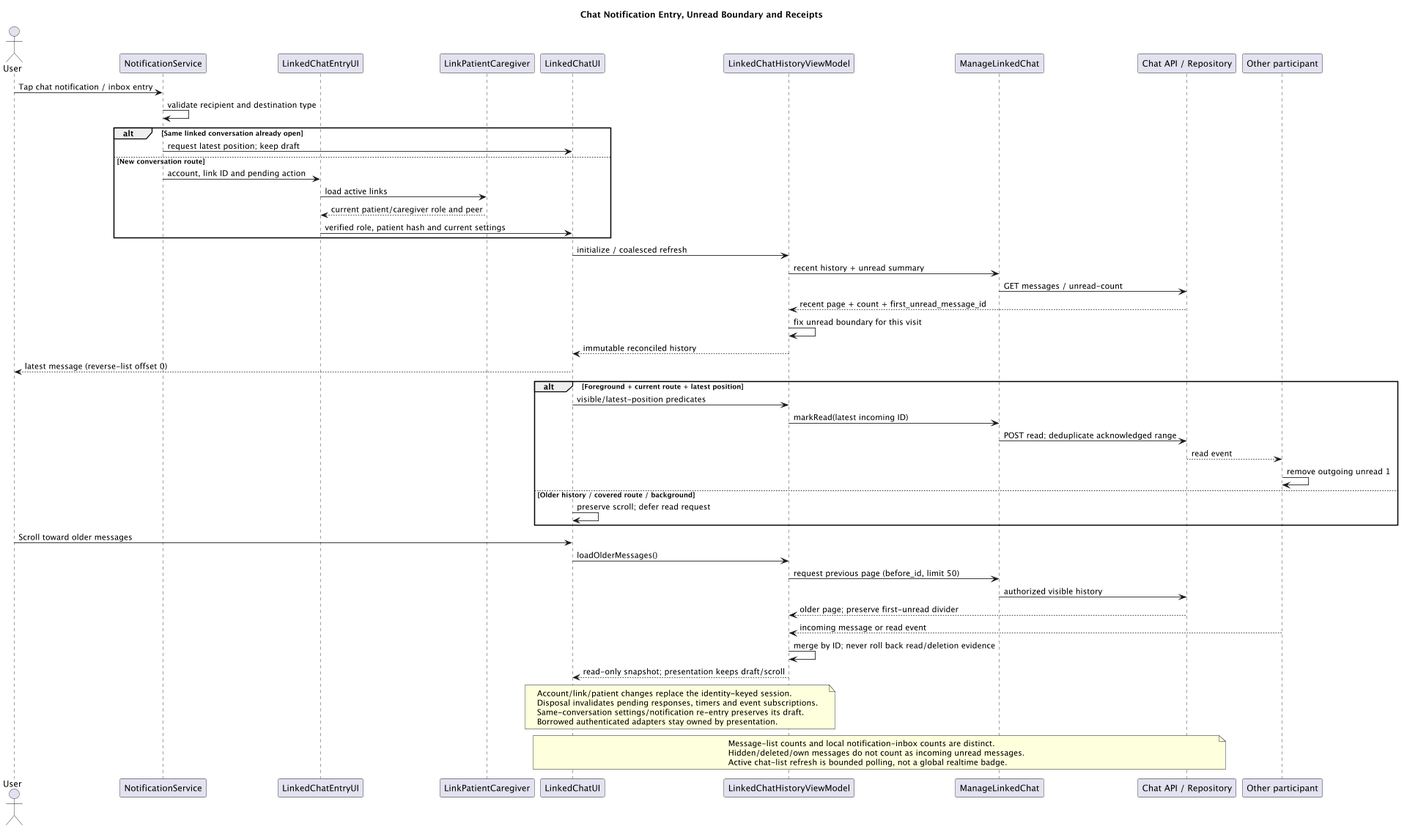
1window2/MedBuddy keeps this PlantUML diagram as docs/UML/sequence/ChatReadState.png. Above is the earlier version.
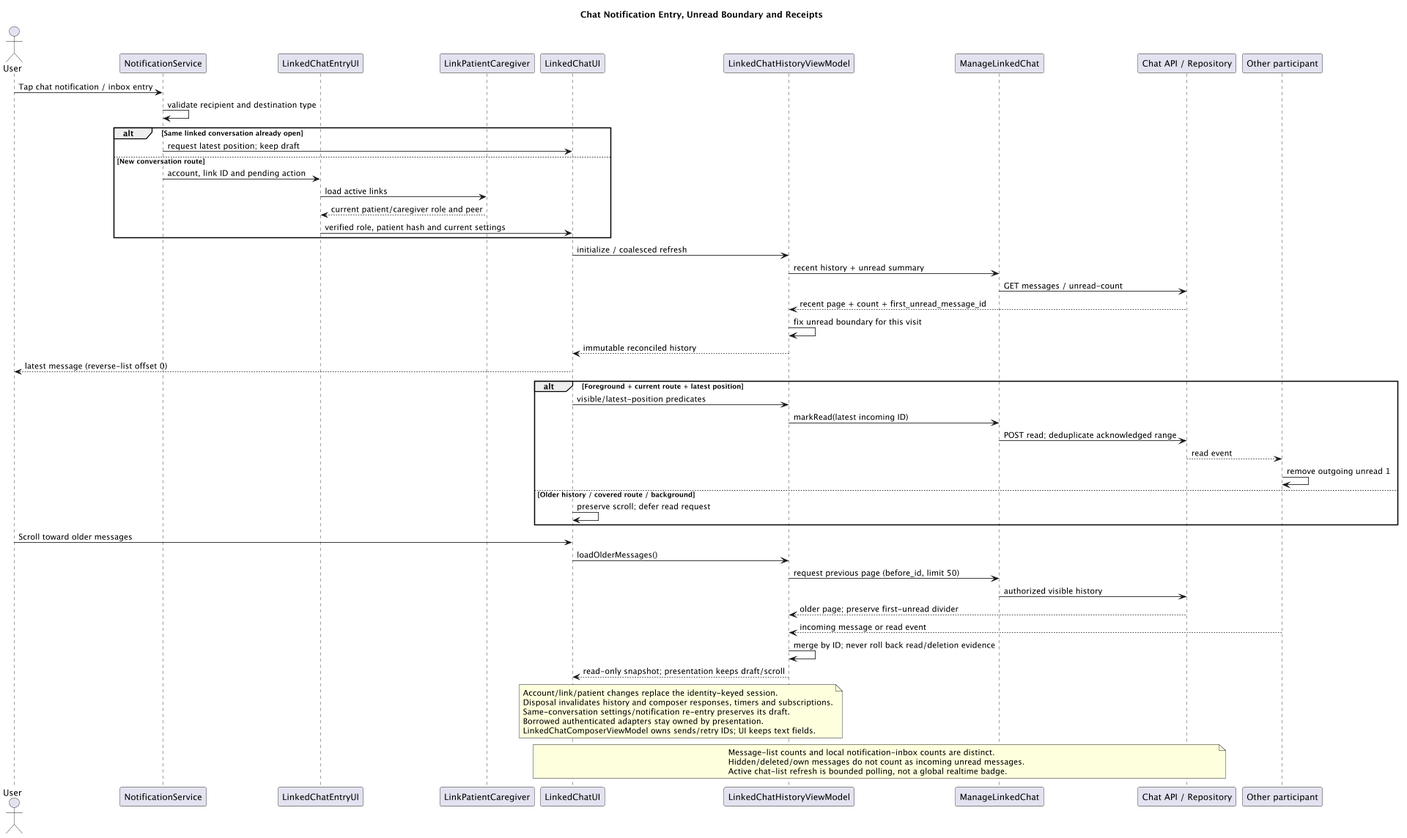
The same diagram one commit later.

Diff of the diagram source:
```diff
@@ -51,9 +51,10 @@
 History --> UI : read-only snapshot; presentation keeps draft/scroll
 note over UI,History
   Account/link/patient changes replace the identity-keyed session.
-  Disposal invalidates pending responses, timers and event subscriptions.
+  Disposal invalidates history and composer responses, timers and subscriptions.
   Same-conversation settings/notification re-entry preserves its draft.
   Borrowed authenticated adapters stay owned by presentation.
+  LinkedChatComposerViewModel owns sends/retry IDs; UI keeps text fields.
 end note
 note over UI,API
   Message-list counts and local notification-inbox counts are distinct.
```
